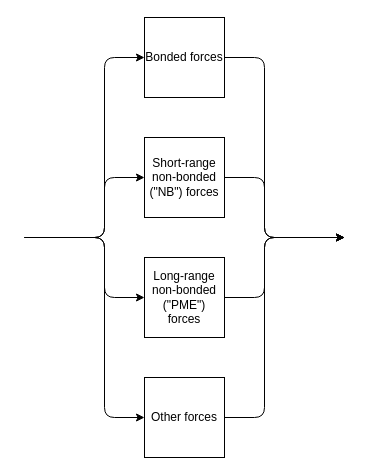
Before: content/diagrams/forces-concurrency.drawio in ENCCS/gromacs-gpu-performance, a draw.io diagram. Source tidied: cells renumbered, new cells numbered last; positions are measured from the earlier drawing's top-left corner, leaving out a move shared by most shapes. Both pictures are drawn from the tidied source at 100%, with x=0, y=0 at pixel (24, 17).
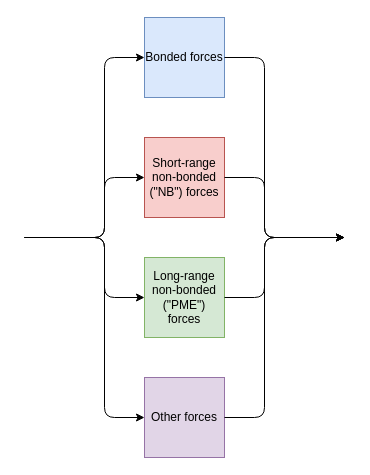
The same diagram, later.

What changed in the source:
```diff
@@
-    <mxCell id="2" value="Bonded forces" style="whiteSpace=wrap;html=1;" parent="1" vertex="1">
+    <mxCell id="2" value="Bonded forces" style="whiteSpace=wrap;html=1;fillColor=#dae8fc;strokeColor=#6c8ebf;" parent="1" vertex="1">
       <mxGeometry x="120" width="80" height="80" as="geometry" />
     </mxCell>
-    <mxCell id="3" value="Short-range&lt;br&gt;non-bonded (&quot;NB&quot;) forces" style="whiteSpace=wrap;html=1;" parent="1" vertex="1">
+    <mxCell id="3" value="Short-range&lt;br&gt;non-bonded (&quot;NB&quot;) forces" style="whiteSpace=wrap;html=1;fillColor=#f8cecc;strokeColor=#b85450;" parent="1" vertex="1">
       <mxGeometry x="120" y="120" width="80" height="80" as="geometry" />
     </mxCell>
-    <mxCell id="4" value="Long-range non-bonded (&quot;PME&quot;) forces" style="whiteSpace=wrap;html=1;" parent="1" vertex="1">
+    <mxCell id="4" value="Long-range non-bonded (&quot;PME&quot;) forces" style="whiteSpace=wrap;html=1;fillColor=#d5e8d4;strokeColor=#82b366;" parent="1" vertex="1">
       <mxGeometry x="120" y="240" width="80" height="80" as="geometry" />
     </mxCell>
-    <mxCell id="5" value="Other forces" style="whiteSpace=wrap;html=1;" parent="1" vertex="1">
+    <mxCell id="5" value="Other forces" style="whiteSpace=wrap;html=1;fillColor=#e1d5e7;strokeColor=#9673a6;" parent="1" vertex="1">
       <mxGeometry x="120" y="360" width="80" height="80" as="geometry" />
     </mxCell>
```
